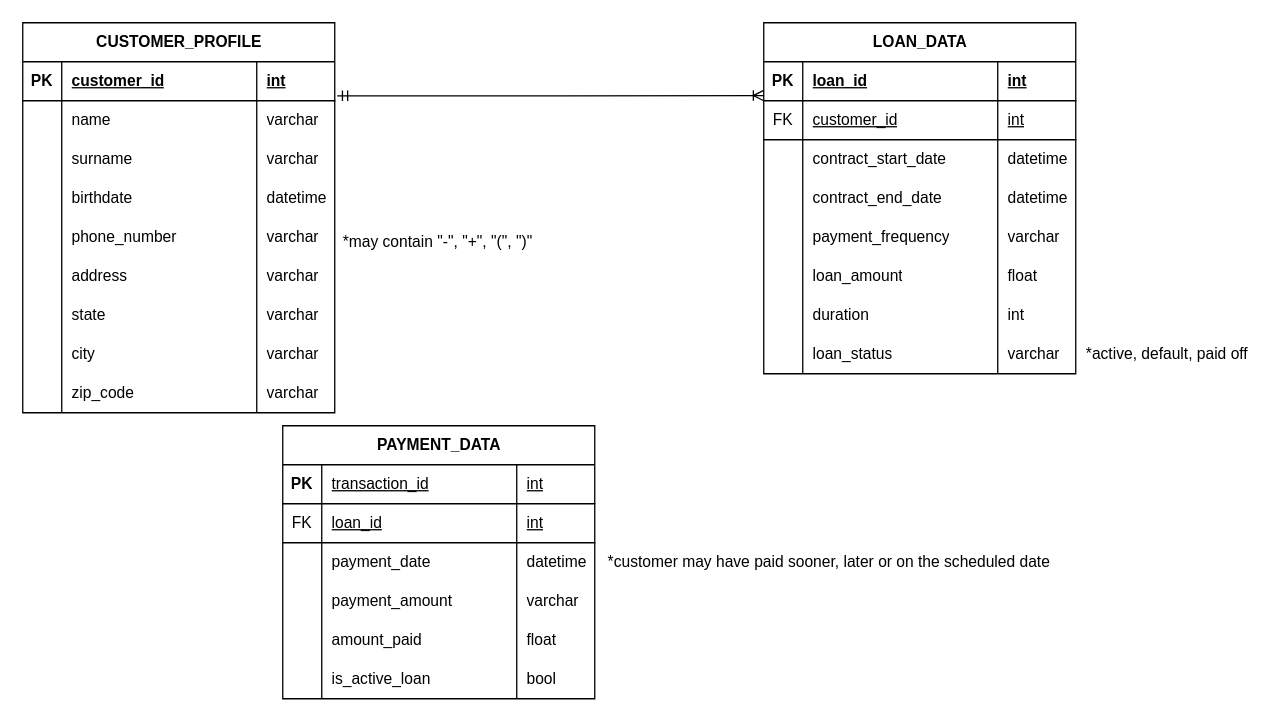
The draw.io diagram Diagrama sin título.drawio in saul-soto/business-case-assessment, before the edit. Source tidied: cells renumbered, new cells numbered last; positions are measured from the earlier drawing's top-left corner, leaving out a move shared by most shapes. Both pictures are drawn from the tidied source at 130%, with x=0, y=0 at pixel (22, 22).
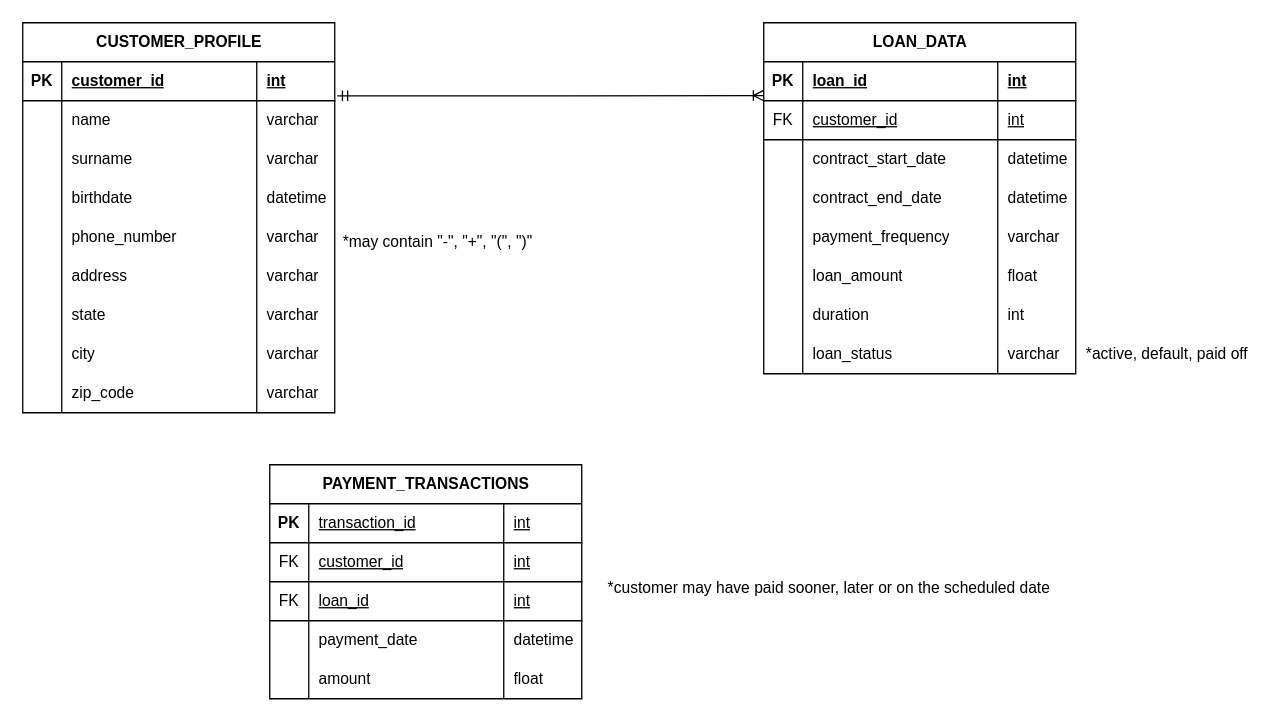
Above is the later version.

The change refers to these unchanged cells:
```xml
<mxCell id="90" style="shape=tableRow;horizontal=0;startSize=0;swimlaneHead=0;swimlaneBody=0;fillColor=none;top=0;left=0;right=0;bottom=0;" parent="73" vertex="1">
  <mxGeometry y="150" width="240" height="30" as="geometry" />
</mxCell>
```

Change to the diagram source:
```diff
@@
-    <mxCell id="73" value="PAYMENT_DATA" style="shape=table;startSize=30;childLayout=tableLayout;rowLines=0;fontStyle=1;align=center;html=1;" parent="1" vertex="1">
-      <mxGeometry x="200" y="310" width="240" height="210" as="geometry" />
+    <mxCell id="73" value="PAYMENT_TRANSACTIONS" style="shape=table;startSize=30;childLayout=tableLayout;rowLines=0;fontStyle=1;align=center;html=1;" parent="1" vertex="1">
+      <mxGeometry x="190" y="340" width="240" height="180" as="geometry" />
     </mxCell>
@@
+    <mxCell id="101" style="shape=tableRow;horizontal=0;startSize=0;swimlaneHead=0;swimlaneBody=0;fillColor=none;top=0;left=0;right=0;bottom=1;" parent="73" vertex="1">
+      <mxGeometry y="60" width="240" height="30" as="geometry" />
+    </mxCell>
+    <mxCell id="102" value="FK" style="shape=partialRectangle;fillColor=none;top=0;left=0;bottom=0;right=0;fontStyle=0;overflow=hidden;whiteSpace=wrap;html=1;" parent="101" vertex="1">
+      <mxGeometry width="30" height="30" as="geometry" />
+    </mxCell>
+    <mxCell id="103" value="customer_id" style="shape=partialRectangle;fillColor=none;top=0;left=0;bottom=0;right=0;align=left;spacingLeft=6;fontStyle=4;overflow=hidden;whiteSpace=wrap;html=1;" parent="101" vertex="1">
+      <mxGeometry x="30" width="150" height="30" as="geometry" />
+    </mxCell>
+    <mxCell id="104" value="int" style="shape=partialRectangle;fillColor=none;top=0;left=0;bottom=0;right=0;align=left;spacingLeft=6;fontStyle=4;overflow=hidden;whiteSpace=wrap;html=1;" parent="101" vertex="1">
+      <mxGeometry x="180" width="60" height="30" as="geometry" />
+    </mxCell>
     <mxCell id="78" style="shape=tableRow;horizontal=0;startSize=0;swimlaneHead=0;swimlaneBody=0;fillColor=none;top=0;left=0;right=0;bottom=1;" parent="73" vertex="1">
-      <mxGeometry y="60" width="240" height="30" as="geometry" />
+      <mxGeometry y="90" width="240" height="30" as="geometry" />
     </mxCell>
@@
     <mxCell id="82" style="shape=tableRow;horizontal=0;startSize=0;swimlaneHead=0;swimlaneBody=0;fillColor=none;top=0;left=0;right=0;bottom=0;" parent="73" vertex="1">
-      <mxGeometry y="90" width="240" height="30" as="geometry" />
+      <mxGeometry y="120" width="240" height="30" as="geometry" />
     </mxCell>
@@
-    <mxCell id="86" style="shape=tableRow;horizontal=0;startSize=0;swimlaneHead=0;swimlaneBody=0;fillColor=none;top=0;left=0;right=0;bottom=0;" parent="73" vertex="1">
-      <mxGeometry y="120" width="240" height="30" as="geometry" />
-    </mxCell>
-    <mxCell id="87" style="shape=partialRectangle;fillColor=none;top=0;left=0;bottom=0;right=0;overflow=hidden;whiteSpace=wrap;html=1;" parent="86" vertex="1">
-      <mxGeometry width="30" height="30" as="geometry" />
-    </mxCell>
-    <mxCell id="88" value="payment_amount" style="shape=partialRectangle;fillColor=none;top=0;left=0;bottom=0;right=0;align=left;spacingLeft=6;overflow=hidden;whiteSpace=wrap;html=1;" parent="86" vertex="1">
-      <mxGeometry x="30" width="150" height="30" as="geometry" />
-    </mxCell>
-    <mxCell id="89" value="varchar" style="shape=partialRectangle;fillColor=none;top=0;left=0;bottom=0;right=0;align=left;spacingLeft=6;overflow=hidden;whiteSpace=wrap;html=1;" parent="86" vertex="1">
-      <mxGeometry x="180" width="60" height="30" as="geometry" />
-    </mxCell>
@@
-    <mxCell id="92" value="amount_paid" style="shape=partialRectangle;fillColor=none;top=0;left=0;bottom=0;right=0;align=left;spacingLeft=6;overflow=hidden;whiteSpace=wrap;html=1;" parent="90" vertex="1">
+    <mxCell id="92" value="amount" style="shape=partialRectangle;fillColor=none;top=0;left=0;bottom=0;right=0;align=left;spacingLeft=6;overflow=hidden;whiteSpace=wrap;html=1;" parent="90" vertex="1">
       <mxGeometry x="30" width="150" height="30" as="geometry" />
     </mxCell>
@@
-    <mxCell id="94" style="shape=tableRow;horizontal=0;startSize=0;swimlaneHead=0;swimlaneBody=0;fillColor=none;top=0;left=0;right=0;bottom=0;" parent="73" vertex="1">
-      <mxGeometry y="180" width="240" height="30" as="geometry" />
-    </mxCell>
-    <mxCell id="95" style="shape=partialRectangle;fillColor=none;top=0;left=0;bottom=0;right=0;overflow=hidden;whiteSpace=wrap;html=1;" parent="94" vertex="1">
-      <mxGeometry width="30" height="30" as="geometry" />
-    </mxCell>
-    <mxCell id="96" value="is_active_loan" style="shape=partialRectangle;fillColor=none;top=0;left=0;bottom=0;right=0;align=left;spacingLeft=6;overflow=hidden;whiteSpace=wrap;html=1;" parent="94" vertex="1">
-      <mxGeometry x="30" width="150" height="30" as="geometry" />
-    </mxCell>
-    <mxCell id="97" value="bool" style="shape=partialRectangle;fillColor=none;top=0;left=0;bottom=0;right=0;align=left;spacingLeft=6;overflow=hidden;whiteSpace=wrap;html=1;" parent="94" vertex="1">
-      <mxGeometry x="180" width="60" height="30" as="geometry" />
-    </mxCell>
@@
     <mxCell id="100" value="*customer may have paid sooner, later or on the scheduled date" style="text;html=1;align=center;verticalAlign=middle;strokeColor=none;fillColor=none;" parent="1" vertex="1">
-      <mxGeometry x="440" y="400" width="360" height="30" as="geometry" />
+      <mxGeometry x="440" y="420" width="360" height="30" as="geometry" />
     </mxCell>
```
